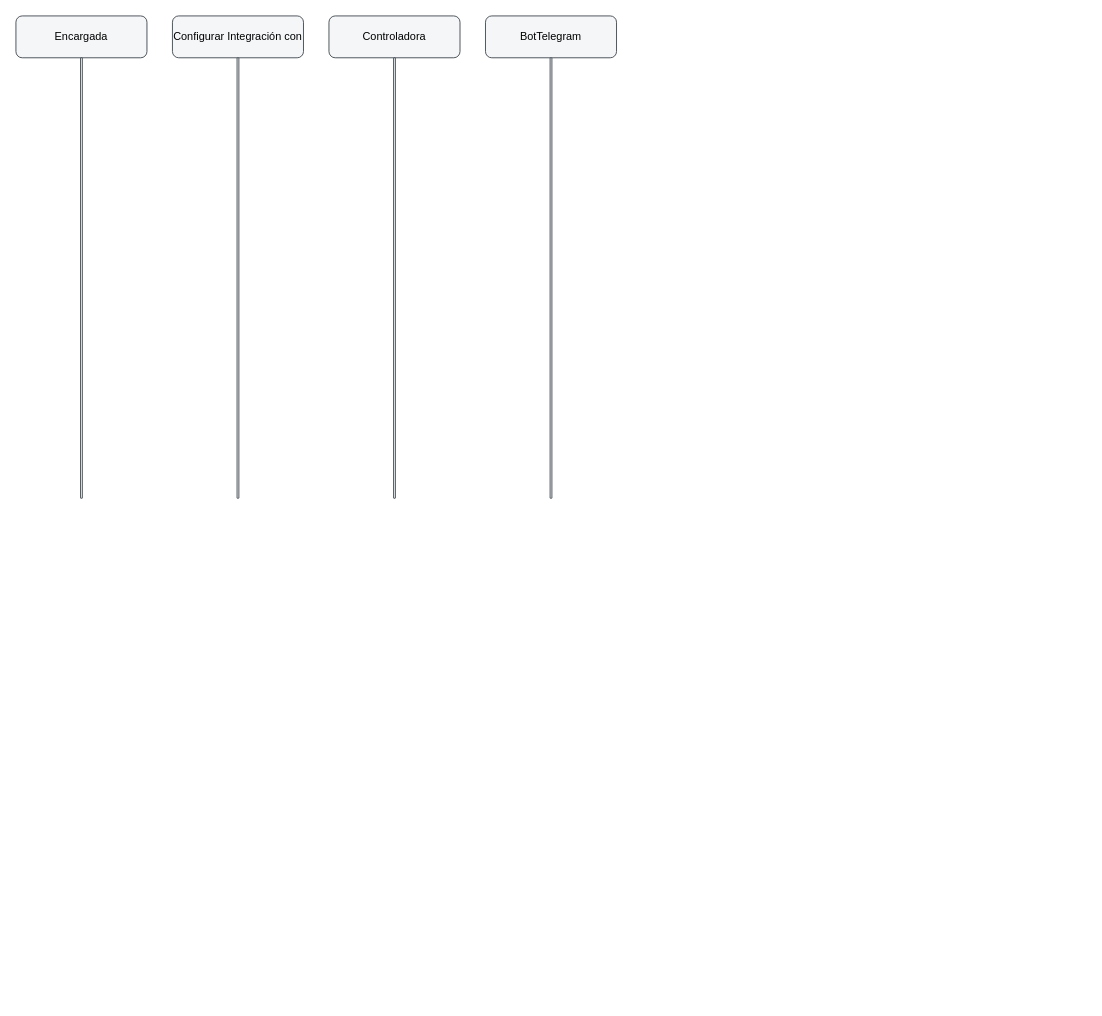
The draw.io diagram docs/diagramas/secuencia/secuencia-cu48.drawio in santinodelmonte/Tesis, before the edit. Source tidied: cells renumbered, new cells numbered last; positions are measured from the earlier drawing's top-left corner, leaving out a move shared by most shapes. Both pictures are drawn from the tidied source at 91%, with x=0, y=0 at pixel (15, 15).
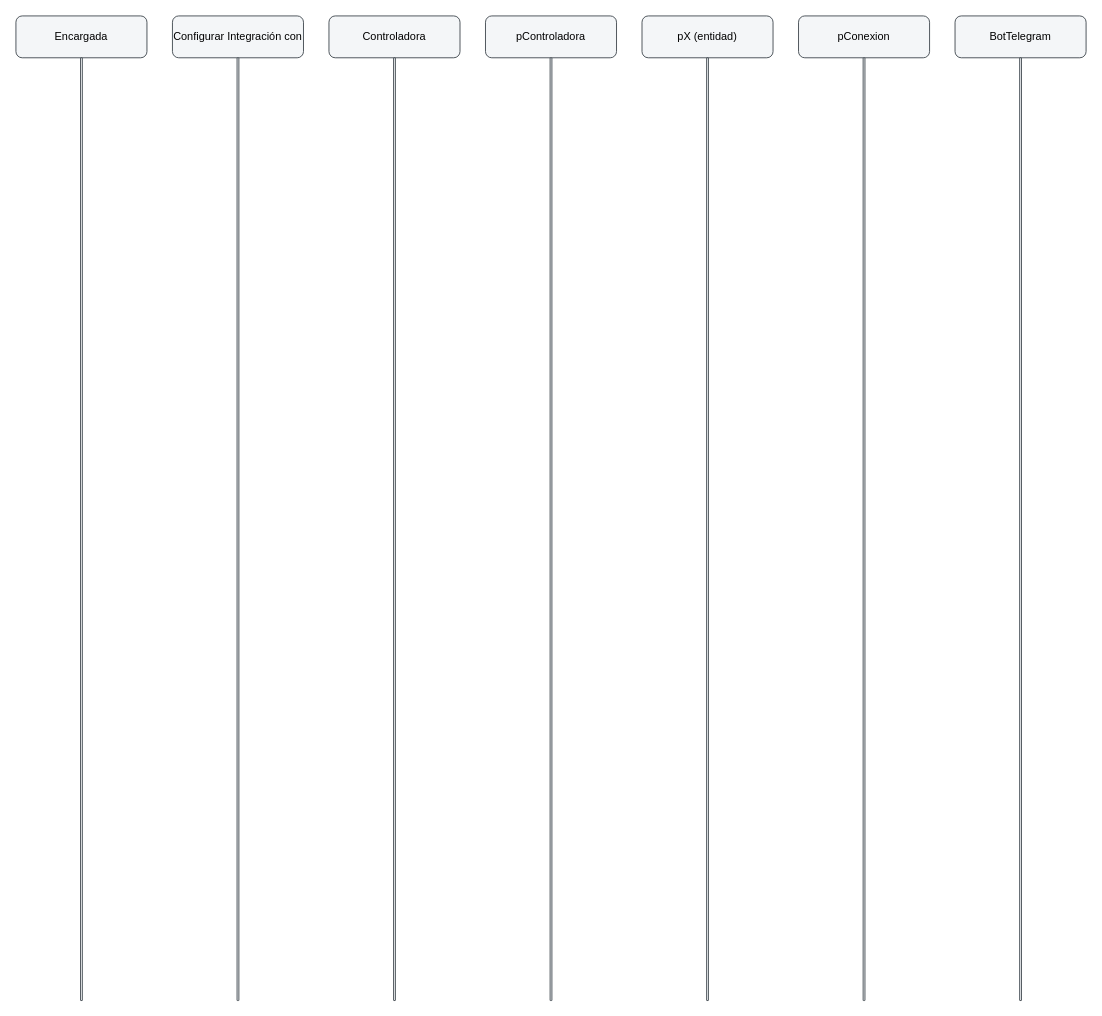
Above is the later version.

The edit, as a diff of the source:
```diff
@@
 <mxGraphModel>
   <root>
     <mxCell id="0" />
     <mxCell id="1" parent="0" />
     <mxCell id="2" value="Encargada" style="rounded=1;whiteSpace=wrap;html=1;fillColor=#f4f6f8;strokeColor=#40484f;" parent="1" vertex="1">
       <mxGeometry width="144" height="46" as="geometry" />
     </mxCell>
     <mxCell id="3" style="rounded=1;whiteSpace=wrap;html=1;fillColor=#f4f6f8;strokeColor=#40484f;" parent="1" vertex="1">
-      <mxGeometry x="71" y="46" width="2" height="484" as="geometry" />
+      <mxGeometry x="71" y="46" width="2" height="1036" as="geometry" />
     </mxCell>
     <mxCell id="4" value="Configurar Integración con" style="rounded=1;whiteSpace=wrap;html=1;fillColor=#f4f6f8;strokeColor=#40484f;" parent="1" vertex="1">
       <mxGeometry x="172" width="144" height="46" as="geometry" />
     </mxCell>
     <mxCell id="5" style="rounded=1;whiteSpace=wrap;html=1;fillColor=#f4f6f8;strokeColor=#40484f;" parent="1" vertex="1">
-      <mxGeometry x="243" y="46" width="2" height="484" as="geometry" />
+      <mxGeometry x="243" y="46" width="2" height="1036" as="geometry" />
     </mxCell>
     <mxCell id="6" value="Controladora" style="rounded=1;whiteSpace=wrap;html=1;fillColor=#f4f6f8;strokeColor=#40484f;" parent="1" vertex="1">
       <mxGeometry x="344" width="144" height="46" as="geometry" />
     </mxCell>
     <mxCell id="7" style="rounded=1;whiteSpace=wrap;html=1;fillColor=#f4f6f8;strokeColor=#40484f;" parent="1" vertex="1">
-      <mxGeometry x="415" y="46" width="2" height="484" as="geometry" />
+      <mxGeometry x="415" y="46" width="2" height="1036" as="geometry" />
     </mxCell>
-    <mxCell id="8" value="BotTelegram" style="rounded=1;whiteSpace=wrap;html=1;fillColor=#f4f6f8;strokeColor=#40484f;" parent="1" vertex="1">
+    <mxCell id="8" value="pControladora" style="rounded=1;whiteSpace=wrap;html=1;fillColor=#f4f6f8;strokeColor=#40484f;" parent="1" vertex="1">
       <mxGeometry x="516" width="144" height="46" as="geometry" />
     </mxCell>
     <mxCell id="9" style="rounded=1;whiteSpace=wrap;html=1;fillColor=#f4f6f8;strokeColor=#40484f;" parent="1" vertex="1">
-      <mxGeometry x="587" y="46" width="2" height="484" as="geometry" />
+      <mxGeometry x="587" y="46" width="2" height="1036" as="geometry" />
     </mxCell>
+    <mxCell id="10" value="pX (entidad)" style="rounded=1;whiteSpace=wrap;html=1;fillColor=#f4f6f8;strokeColor=#40484f;" parent="1" vertex="1">
+      <mxGeometry x="688" width="144" height="46" as="geometry" />
+    </mxCell>
+    <mxCell id="11" style="rounded=1;whiteSpace=wrap;html=1;fillColor=#f4f6f8;strokeColor=#40484f;" parent="1" vertex="1">
+      <mxGeometry x="759" y="46" width="2" height="1036" as="geometry" />
+    </mxCell>
+    <mxCell id="12" value="pConexion" style="rounded=1;whiteSpace=wrap;html=1;fillColor=#f4f6f8;strokeColor=#40484f;" parent="1" vertex="1">
+      <mxGeometry x="860" width="144" height="46" as="geometry" />
+    </mxCell>
+    <mxCell id="13" style="rounded=1;whiteSpace=wrap;html=1;fillColor=#f4f6f8;strokeColor=#40484f;" parent="1" vertex="1">
+      <mxGeometry x="931" y="46" width="2" height="1036" as="geometry" />
+    </mxCell>
+    <mxCell id="14" value="BotTelegram" style="rounded=1;whiteSpace=wrap;html=1;fillColor=#f4f6f8;strokeColor=#40484f;" parent="1" vertex="1">
+      <mxGeometry x="1032" width="144" height="46" as="geometry" />
+    </mxCell>
+    <mxCell id="15" style="rounded=1;whiteSpace=wrap;html=1;fillColor=#f4f6f8;strokeColor=#40484f;" parent="1" vertex="1">
+      <mxGeometry x="1103" y="46" width="2" height="1036" as="geometry" />
+    </mxCell>
   </root>
 </mxGraphModel>
```
